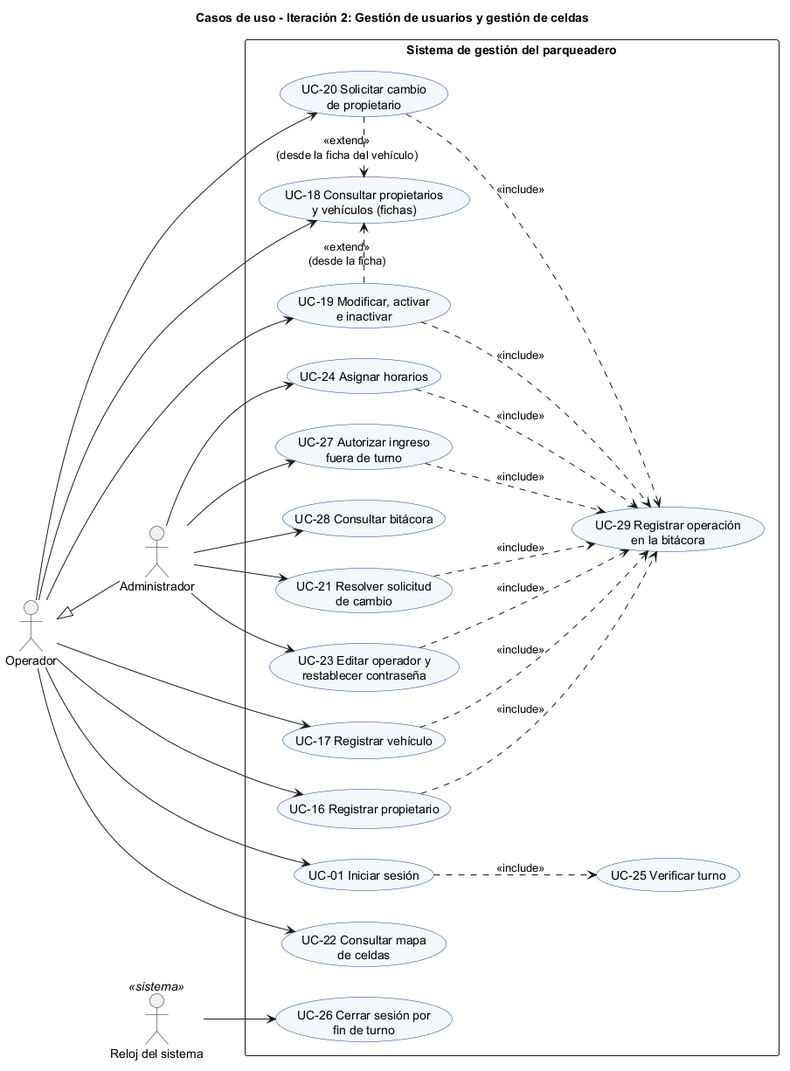
Earlier version of the PlantUML export docs/latex/diagrams/uml/UC-02_CasosUso_It2.png (NotDual2024/Autos-Colombia-Equipo-31-Actualizacion).
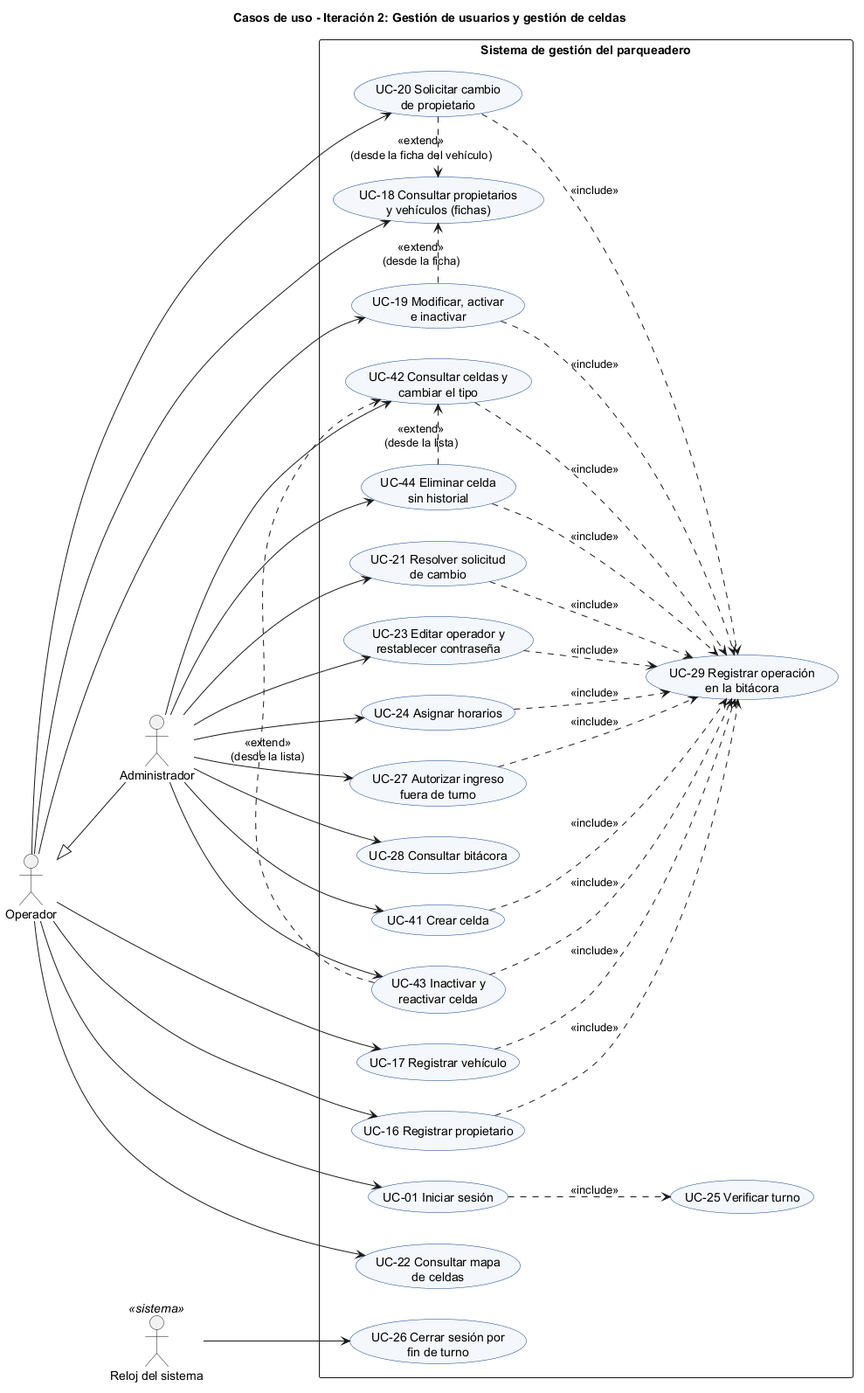
Above is the later version.

Change to the diagram source:
```diff
@@ -28,6 +28,10 @@
   usecase "UC-27 Autorizar ingreso\nfuera de turno" as UC27
   usecase "UC-28 Consultar bitácora" as UC28
   usecase "UC-29 Registrar operación\nen la bitácora" as UC29
+  usecase "UC-41 Crear celda" as UC41
+  usecase "UC-42 Consultar celdas y\ncambiar el tipo" as UC42
+  usecase "UC-43 Inactivar y\nreactivar celda" as UC43
+  usecase "UC-44 Eliminar celda\nsin historial" as UC44
 }
 
 Op --> UC01
@@ -42,6 +46,10 @@
 Ad --> UC24
 Ad --> UC27
 Ad --> UC28
+Ad --> UC41
+Ad --> UC42
+Ad --> UC43
+Ad --> UC44
 Re --> UC26
 
 UC01 ..> UC25 : <<include>>
@@ -55,4 +63,10 @@
 UC23 ..> UC29 : <<include>>
 UC24 ..> UC29 : <<include>>
 UC27 ..> UC29 : <<include>>
+UC41 ..> UC29 : <<include>>
+UC42 ..> UC29 : <<include>>
+UC43 ..> UC29 : <<include>>
+UC44 ..> UC29 : <<include>>
+UC43 .> UC42 : <<extend>>\n(desde la lista)
+UC44 .> UC42 : <<extend>>\n(desde la lista)
 @enduml
```
